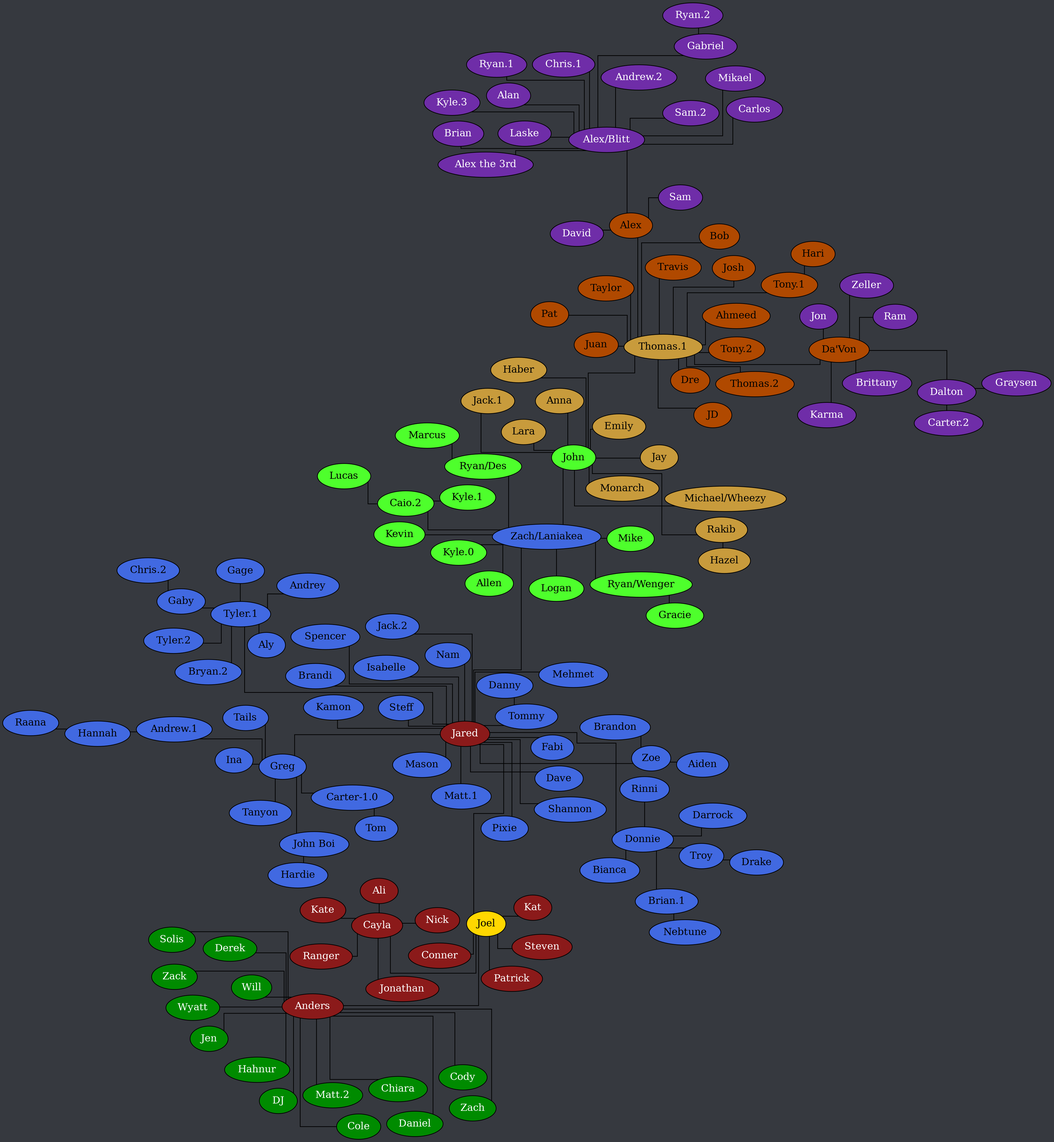
Above: tree.png in Documidas/CoronaCatzFamilyTree (Graphviz), before the change. Its source is kept beside it as tree.dot.
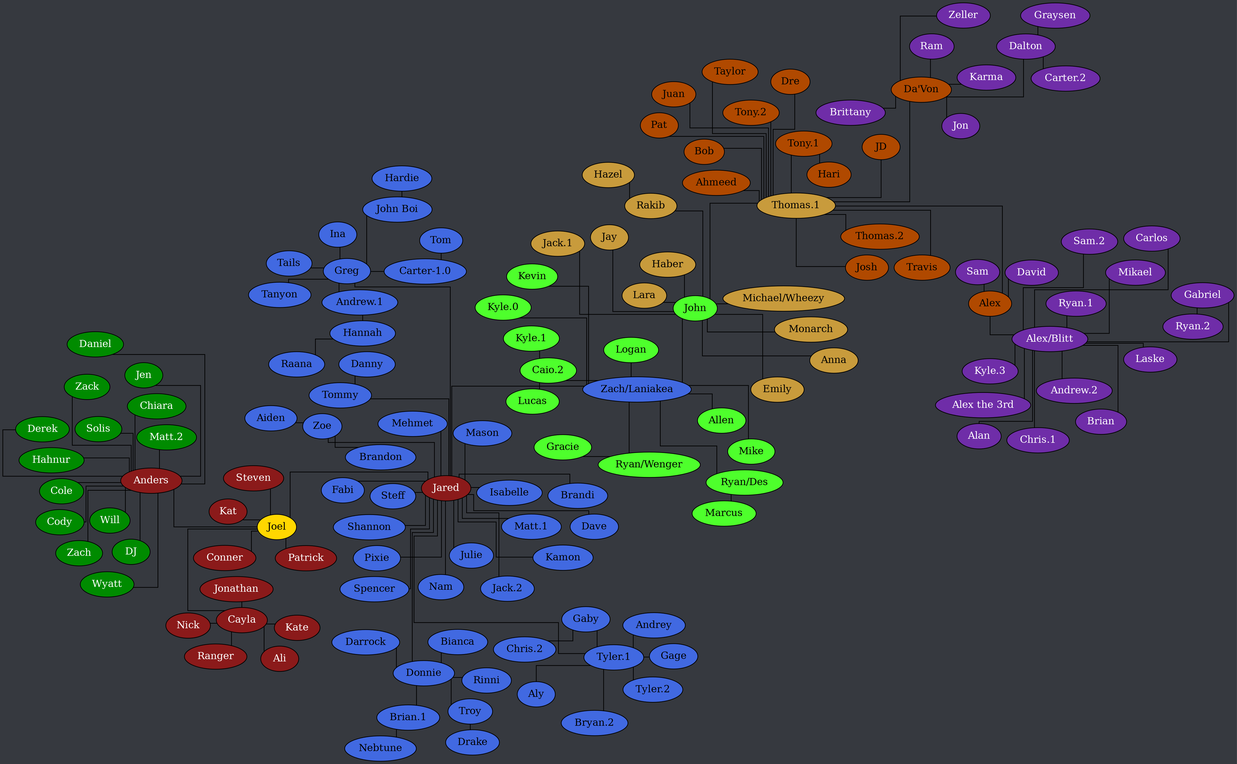
After the change.

Change to the diagram source:
```diff
@@ -71,10 +71,11 @@
 		Jared -- Dave;
 		Jared -- Donnie;
 		Jared -- Fabi;
-		Jared -- "Jack.2";
-		Jared -- Kamon;
 		Jared -- Greg;
 		Jared -- Isabelle;
+		Jared -- "Jack.2";
+		Jared -- Julie;
+		Jared -- Kamon;
 		Jared -- Mason;
 		Jared -- "Matt.1";
 		Jared -- Mehmet;
```
